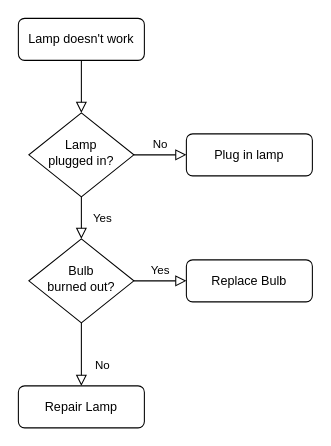
The draw.io diagram 未命名绘图.drawio in yuusee/demo, before the edit. Source tidied: cells renumbered, new cells numbered last; positions are measured from the earlier drawing's top-left corner, leaving out a move shared by most shapes. Both pictures are drawn from the tidied source at 105%, with x=0, y=0 at pixel (18, 18).
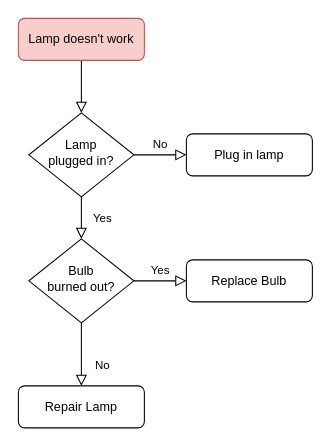
The same page after the edit.

Commit message:
更新未命名绘图.drawio

The edit, as a diff of the source:
```diff
@@
 <mxGraphModel>
   <root>
     <mxCell id="0" />
     <mxCell id="1" parent="0" />
     <mxCell id="2" style="rounded=0;html=1;jettySize=auto;fontSize=11;endArrow=block;endFill=0;endSize=8;strokeWidth=1;shadow=0;labelBackgroundColor=none;edgeStyle=orthogonalEdgeStyle;" parent="1" edge="1" source="3" target="6">
       <mxGeometry relative="1" as="geometry" />
     </mxCell>
-    <mxCell id="3" value="Lamp doesn't work" style="rounded=1;whiteSpace=wrap;html=1;fontSize=12;glass=0;strokeWidth=1;shadow=0;" parent="1" vertex="1">
+    <mxCell id="3" value="Lamp doesn't work" style="rounded=1;whiteSpace=wrap;html=1;fontSize=12;glass=0;strokeWidth=1;shadow=0;fillColor=#f8cecc;strokeColor=#b85450;" parent="1" vertex="1">
       <mxGeometry width="120" height="40" as="geometry" />
     </mxCell>
     <mxCell id="4" value="Yes" style="rounded=0;html=1;jettySize=auto;fontSize=11;endArrow=block;endFill=0;endSize=8;strokeWidth=1;shadow=0;labelBackgroundColor=none;edgeStyle=orthogonalEdgeStyle;" parent="1" edge="1" source="6" target="10">
       <mxGeometry y="20" relative="1" as="geometry" />
     </mxCell>
     <mxCell id="5" value="No" style="edgeStyle=orthogonalEdgeStyle;rounded=0;html=1;jettySize=auto;fontSize=11;endArrow=block;endFill=0;endSize=8;strokeWidth=1;shadow=0;labelBackgroundColor=none;" parent="1" edge="1" source="6" target="7">
       <mxGeometry y="10" relative="1" as="geometry" />
     </mxCell>
     <mxCell id="6" value="Lamp&lt;br&gt;plugged in?" style="rhombus;whiteSpace=wrap;html=1;shadow=0;fontFamily=Helvetica;fontSize=12;align=center;strokeWidth=1;spacing=6;spacingTop=-4;" parent="1" vertex="1">
       <mxGeometry x="10" y="90" width="100" height="80" as="geometry" />
     </mxCell>
     <mxCell id="7" value="Plug in lamp" style="rounded=1;whiteSpace=wrap;html=1;fontSize=12;glass=0;strokeWidth=1;shadow=0;" parent="1" vertex="1">
       <mxGeometry x="160" y="110" width="120" height="40" as="geometry" />
     </mxCell>
     <mxCell id="8" value="No" style="rounded=0;html=1;jettySize=auto;fontSize=11;endArrow=block;endFill=0;endSize=8;strokeWidth=1;shadow=0;labelBackgroundColor=none;edgeStyle=orthogonalEdgeStyle;" parent="1" edge="1" source="10" target="11">
       <mxGeometry x="0.33" y="20" relative="1" as="geometry" />
     </mxCell>
     <mxCell id="9" value="Yes" style="edgeStyle=orthogonalEdgeStyle;rounded=0;html=1;jettySize=auto;fontSize=11;endArrow=block;endFill=0;endSize=8;strokeWidth=1;shadow=0;labelBackgroundColor=none;" parent="1" edge="1" source="10" target="12">
       <mxGeometry y="10" relative="1" as="geometry" />
     </mxCell>
     <mxCell id="10" value="Bulb&lt;br&gt;burned out?" style="rhombus;whiteSpace=wrap;html=1;shadow=0;fontFamily=Helvetica;fontSize=12;align=center;strokeWidth=1;spacing=6;spacingTop=-4;" parent="1" vertex="1">
       <mxGeometry x="10" y="210" width="100" height="80" as="geometry" />
     </mxCell>
     <mxCell id="11" value="Repair Lamp" style="rounded=1;whiteSpace=wrap;html=1;fontSize=12;glass=0;strokeWidth=1;shadow=0;" parent="1" vertex="1">
       <mxGeometry y="350" width="120" height="40" as="geometry" />
     </mxCell>
     <mxCell id="12" value="Replace Bulb" style="rounded=1;whiteSpace=wrap;html=1;fontSize=12;glass=0;strokeWidth=1;shadow=0;" parent="1" vertex="1">
       <mxGeometry x="160" y="230" width="120" height="40" as="geometry" />
     </mxCell>
   </root>
 </mxGraphModel>
```
